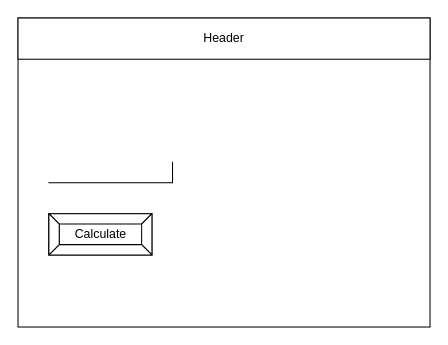
Before: design/story-board.drawio in ashley-monaghan/Roughcopy-Final, a draw.io diagram. Source tidied: cells renumbered, new cells numbered last; positions are measured from the earlier drawing's top-left corner, leaving out a move shared by most shapes. Both pictures are drawn from the tidied source at 103%, with x=0, y=0 at pixel (18, 18).
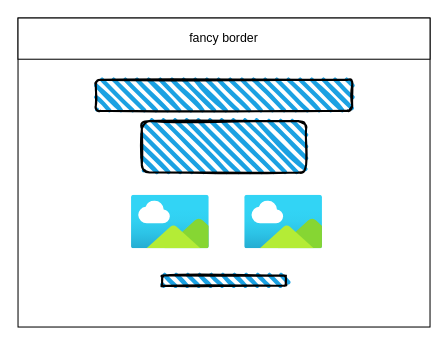
The same diagram, later.

What changed in the source:
```diff
@@
 <mxGraphModel>
   <root>
     <mxCell id="0" />
     <mxCell id="1" parent="0" />
     <mxCell id="2" style="rounded=0;whiteSpace=wrap;html=1;" parent="1" vertex="1">
       <mxGeometry width="400" height="300" as="geometry" />
     </mxCell>
-    <mxCell id="3" value="Header" style="rounded=0;whiteSpace=wrap;html=1;" parent="1" vertex="1">
+    <mxCell id="3" value="fancy border" style="rounded=0;whiteSpace=wrap;html=1;" parent="1" vertex="1">
       <mxGeometry width="400" height="40" as="geometry" />
     </mxCell>
-    <mxCell id="4" style="shape=partialRectangle;whiteSpace=wrap;html=1;top=0;left=0;fillColor=none;" parent="1" vertex="1">
-      <mxGeometry x="30" y="140" width="120" height="20" as="geometry" />
-    </mxCell>
-    <mxCell id="5" value="Calculate" style="labelPosition=center;verticalLabelPosition=middle;align=center;html=1;shape=mxgraph.basic.button;dx=10;" parent="1" vertex="1">
-      <mxGeometry x="30" y="190" width="100" height="40" as="geometry" />
+    <mxCell id="5" style="rounded=1;whiteSpace=wrap;html=1;strokeWidth=2;fillWeight=4;hachureGap=8;hachureAngle=45;fillColor=#1ba1e2;sketch=1;" parent="1" vertex="1">
+      <mxGeometry x="75.5" y="60" width="249" height="30" as="geometry" />
     </mxCell>
+    <mxCell id="6" style="rounded=1;whiteSpace=wrap;html=1;strokeWidth=2;fillWeight=4;hachureGap=8;hachureAngle=45;fillColor=#1ba1e2;sketch=1;" parent="1" vertex="1">
+      <mxGeometry x="120.2" y="100" width="159.5" height="50" as="geometry" />
+    </mxCell>
+    <mxCell id="7" style="html=1;align=center;image;fontSize=12;image=img/lib/azure2/general/Image.svg;fillColor=#BA6D07;" parent="1" vertex="1">
+      <mxGeometry x="110" y="172" width="75.8" height="52.1" as="geometry" />
+    </mxCell>
+    <mxCell id="8" style="html=1;align=center;image;fontSize=12;image=img/lib/azure2/general/Image.svg;fillColor=#BA6D07;" parent="1" vertex="1">
+      <mxGeometry x="220" y="172" width="75.8" height="52.1" as="geometry" />
+    </mxCell>
+    <mxCell id="9" style="rounded=1;whiteSpace=wrap;html=1;strokeWidth=2;fillWeight=4;hachureGap=8;hachureAngle=45;fillColor=#1ba1e2;sketch=1;" parent="1" vertex="1">
+      <mxGeometry x="140" y="250" width="120" height="10" as="geometry" />
+    </mxCell>
   </root>
 </mxGraphModel>
```
